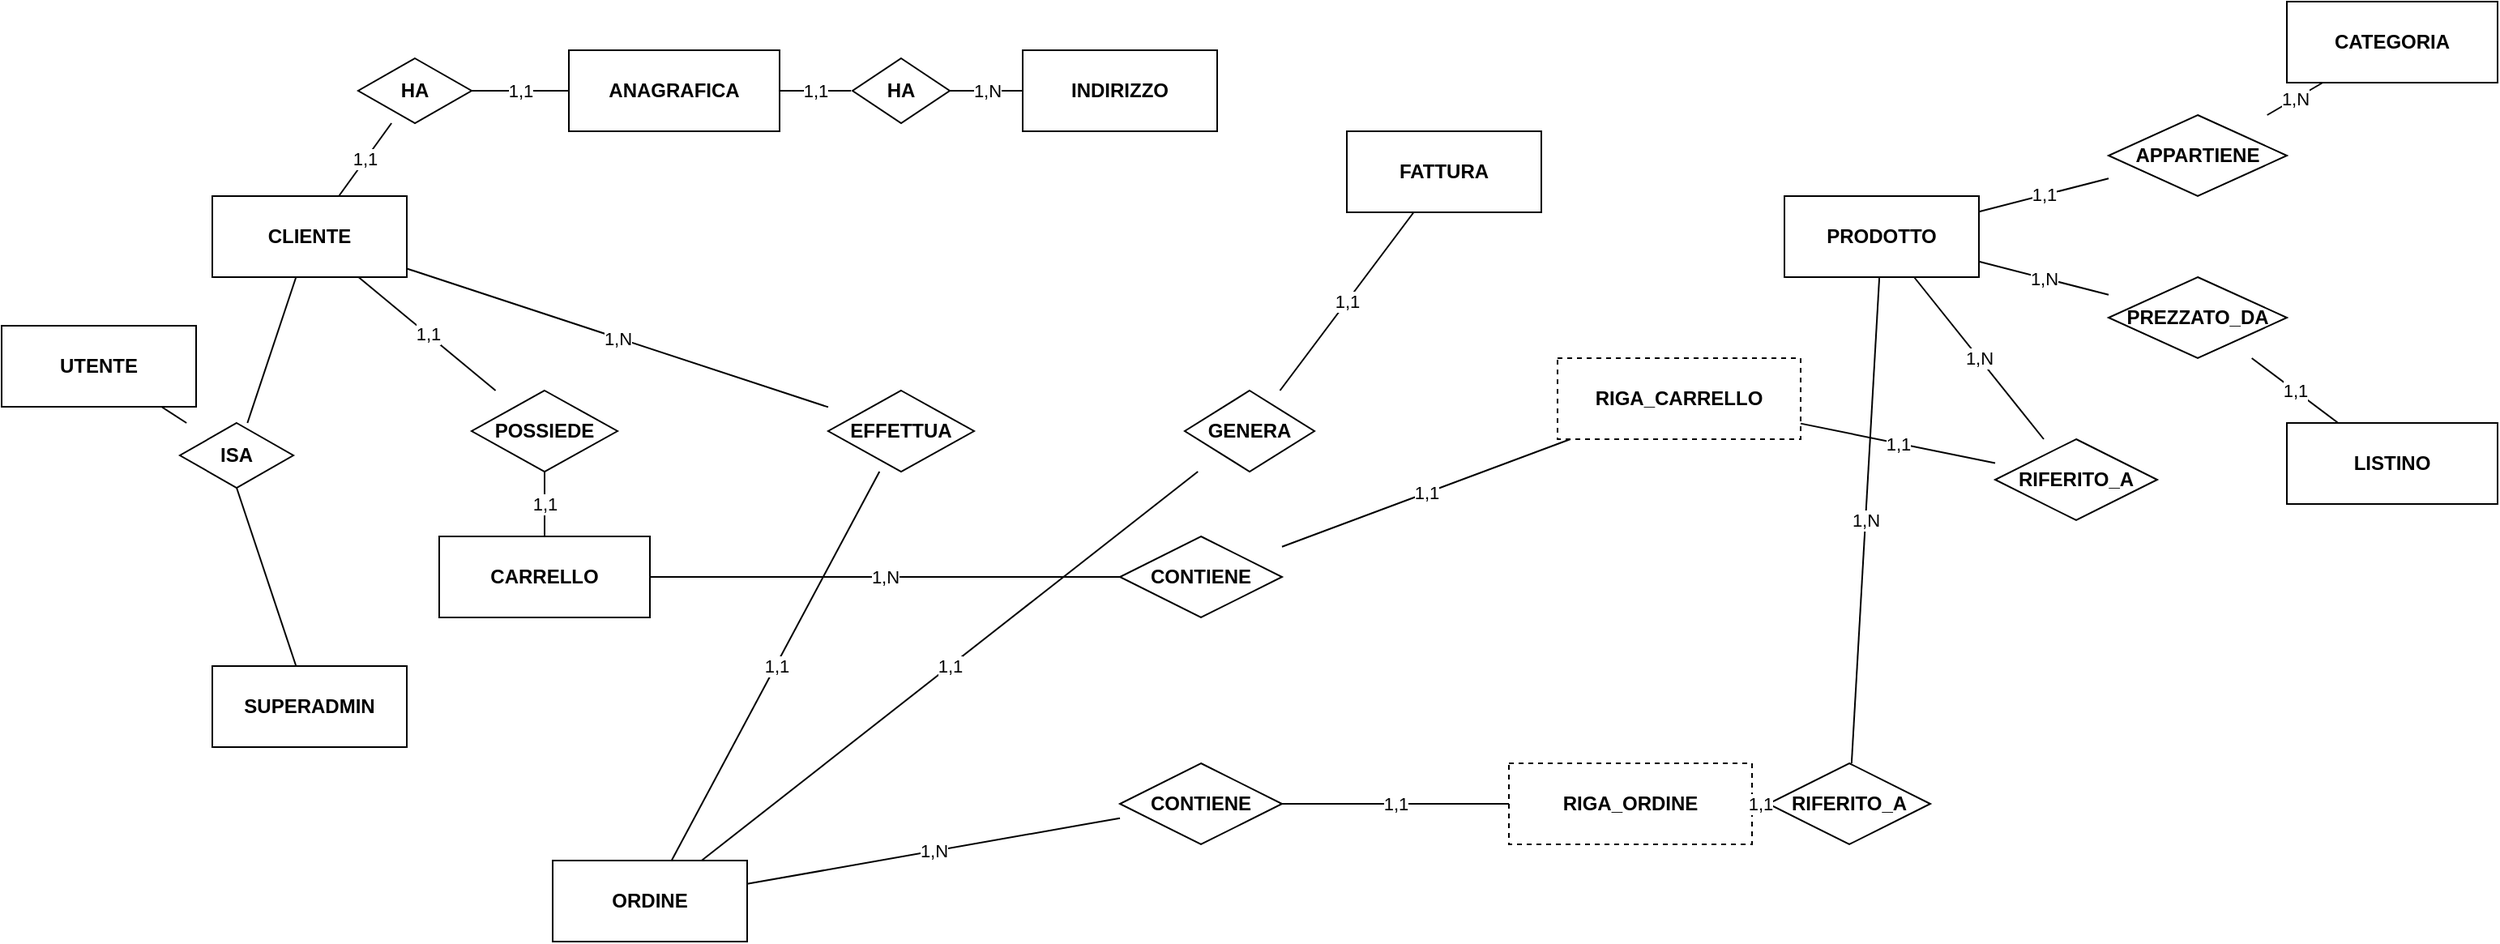
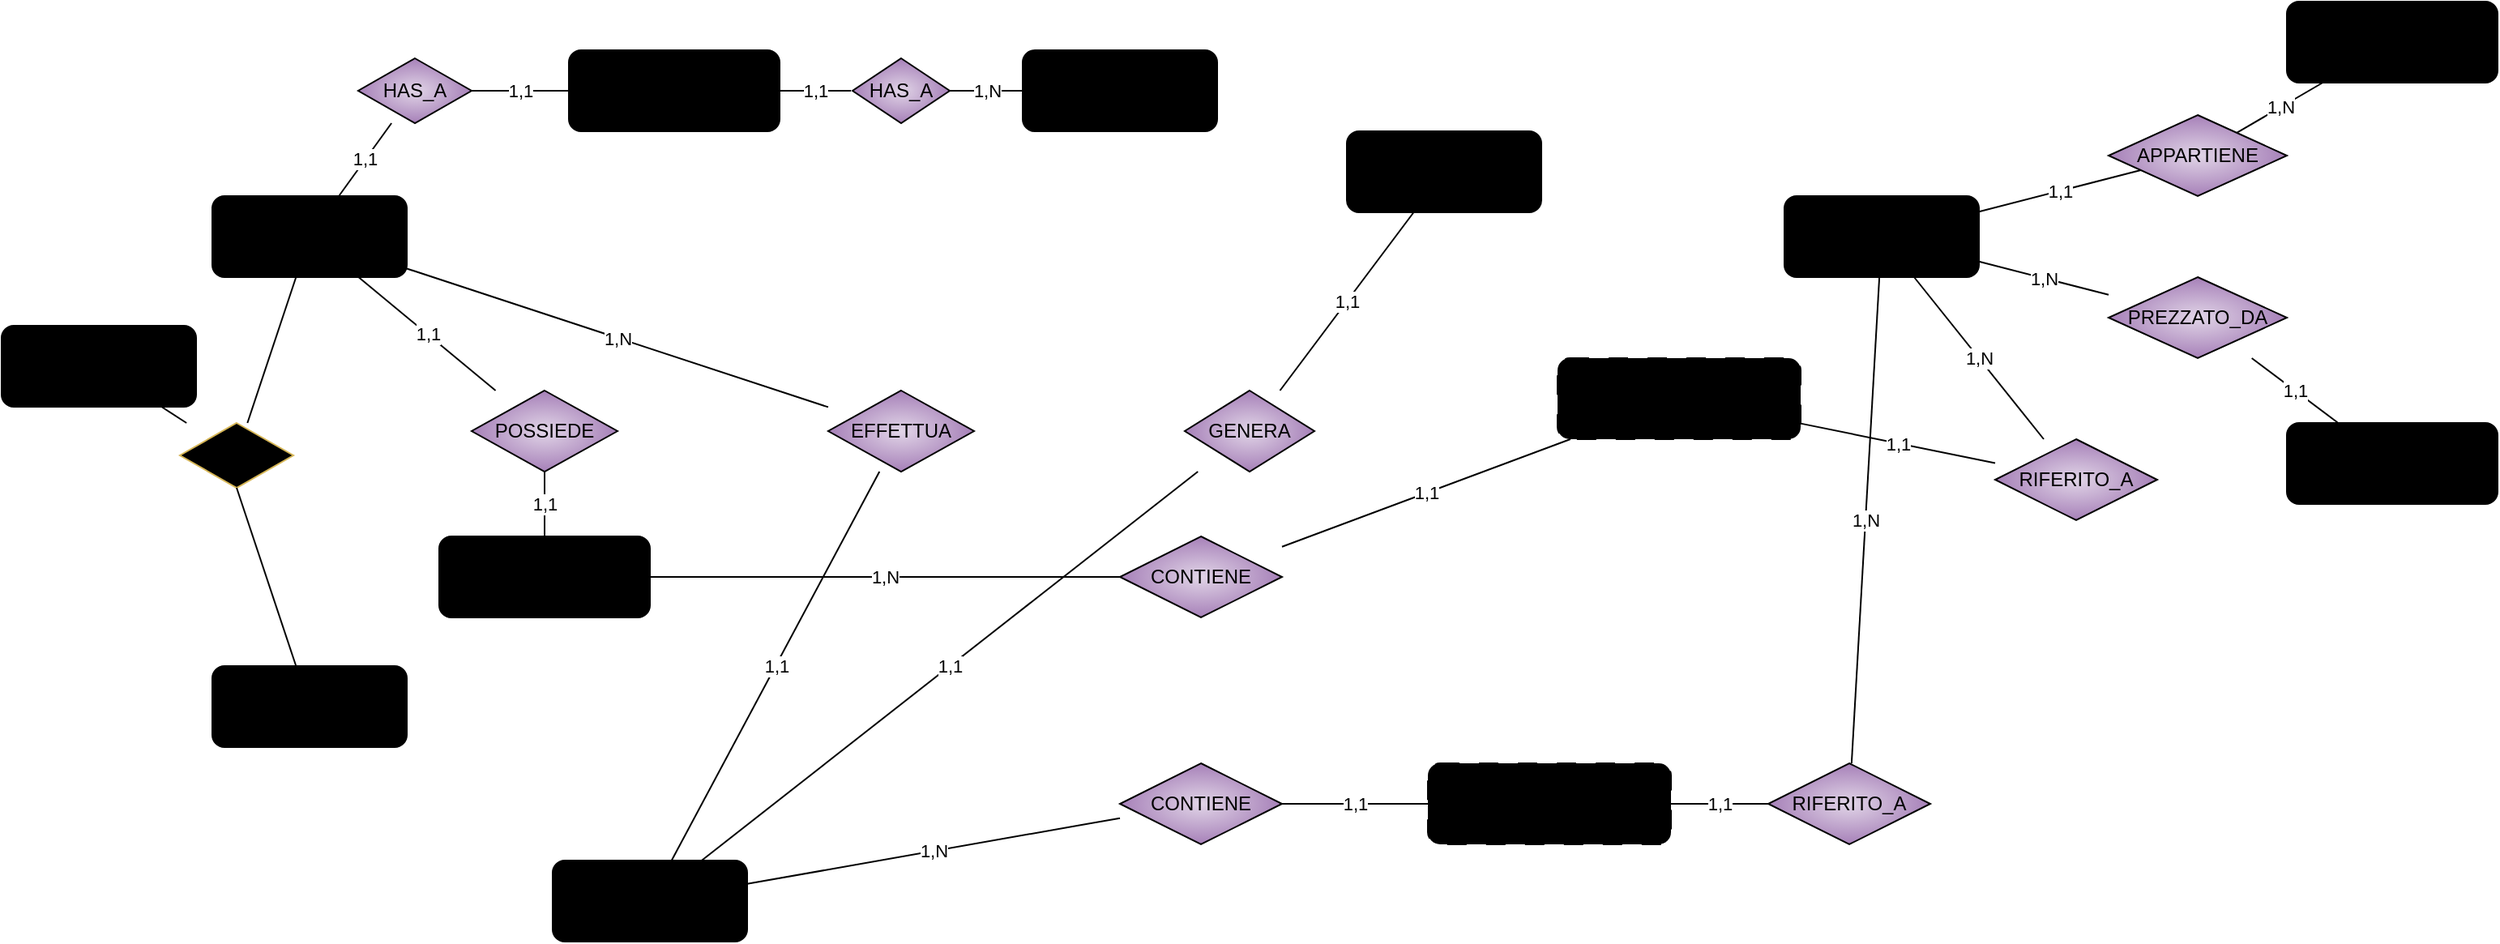
<mxfile host="Electron">
  <diagram name="Ecommerce Chen Model" id="0">
-     <mxGraphModel dx="1873" dy="1169" grid="1" gridSize="10" guides="1" tooltips="1" connect="1" arrows="1" fold="1" page="1" pageScale="1" pageWidth="1600" pageHeight="1000" math="0" shadow="0">
+     <mxGraphModel dx="1940" dy="1042" grid="1" gridSize="10" guides="1" tooltips="1" connect="1" arrows="1" fold="1" page="1" pageScale="1" pageWidth="1600" pageHeight="900" math="0" shadow="0">
      <root>
        <mxCell id="0" />
        <mxCell id="1" parent="0" />
-         <mxCell id="utente" parent="1" style="shape=rectangle;whiteSpace=wrap;html=1;rounded=0;fontStyle=1;" value="UTENTE" vertex="1">
+         <mxCell id="utente" parent="1" style="shape=rectangle;whiteSpace=wrap;html=1;rounded=1;fontStyle=1;strokeColor=default;align=center;verticalAlign=middle;fontFamily=Helvetica;fontSize=12;fontColor=default;fillColor=light-dark(#FFFFFF,#EDEDED);gradientColor=#67AB9F;gradientDirection=radial;" value="UTENTE" vertex="1">
          <mxGeometry height="50" width="120" x="30" y="410" as="geometry" />
        </mxCell>
-         <mxCell id="cliente" parent="1" style="shape=rectangle;whiteSpace=wrap;html=1;rounded=0;fontStyle=1;" value="CLIENTE" vertex="1">
+         <mxCell id="cliente" parent="1" style="shape=rectangle;whiteSpace=wrap;html=1;rounded=1;fontStyle=1;strokeColor=default;align=center;verticalAlign=middle;fontFamily=Helvetica;fontSize=12;fontColor=default;fillColor=light-dark(#FFFFFF,#EDEDED);gradientColor=#67AB9F;gradientDirection=radial;" value="CLIENTE" vertex="1">
          <mxGeometry height="50" width="120" x="160" y="330" as="geometry" />
        </mxCell>
-         <mxCell id="superadmin" parent="1" style="shape=rectangle;whiteSpace=wrap;html=1;rounded=0;fontStyle=1;" value="SUPERADMIN" vertex="1">
+         <mxCell id="superadmin" parent="1" style="shape=rectangle;whiteSpace=wrap;html=1;rounded=1;fontStyle=1;strokeColor=default;align=center;verticalAlign=middle;fontFamily=Helvetica;fontSize=12;fontColor=default;fillColor=light-dark(#FFFFFF,#EDEDED);gradientColor=#67AB9F;gradientDirection=radial;" value="SUPERADMIN" vertex="1">
          <mxGeometry height="50" width="120" x="160" y="620" as="geometry" />
        </mxCell>
-         <mxCell id="anagrafica" parent="1" style="shape=rectangle;whiteSpace=wrap;html=1;rounded=0;fontStyle=1;" value="ANAGRAFICA" vertex="1">
+         <mxCell id="anagrafica" parent="1" style="shape=rectangle;whiteSpace=wrap;html=1;rounded=1;fontStyle=1;strokeColor=default;align=center;verticalAlign=middle;fontFamily=Helvetica;fontSize=12;fontColor=default;fillColor=light-dark(#FFFFFF,#EDEDED);gradientColor=#67AB9F;gradientDirection=radial;" value="ANAGRAFICA" vertex="1">
          <mxGeometry height="50" width="130" x="380" y="240" as="geometry" />
        </mxCell>
-         <mxCell id="indirizzo" parent="1" style="shape=rectangle;whiteSpace=wrap;html=1;rounded=0;fontStyle=1;" value="INDIRIZZO" vertex="1">
+         <mxCell id="indirizzo" parent="1" style="shape=rectangle;whiteSpace=wrap;html=1;rounded=1;fontStyle=1;strokeColor=default;align=center;verticalAlign=middle;fontFamily=Helvetica;fontSize=12;fontColor=default;fillColor=light-dark(#FFFFFF,#EDEDED);gradientColor=#67AB9F;gradientDirection=radial;" value="INDIRIZZO" vertex="1">
          <mxGeometry height="50" width="120" x="660" y="240" as="geometry" />
        </mxCell>
-         <mxCell id="carrello" parent="1" style="shape=rectangle;whiteSpace=wrap;html=1;rounded=0;fontStyle=1;" value="CARRELLO" vertex="1">
+         <mxCell id="carrello" parent="1" style="shape=rectangle;whiteSpace=wrap;html=1;rounded=1;fontStyle=1;strokeColor=default;align=center;verticalAlign=middle;fontFamily=Helvetica;fontSize=12;fontColor=default;fillColor=light-dark(#FFFFFF,#EDEDED);gradientColor=#67AB9F;gradientDirection=radial;" value="CARRELLO" vertex="1">
          <mxGeometry height="50" width="130" x="300" y="540" as="geometry" />
        </mxCell>
-         <mxCell id="ordine" parent="1" style="shape=rectangle;whiteSpace=wrap;html=1;rounded=0;fontStyle=1;" value="ORDINE" vertex="1">
+         <mxCell id="ordine" parent="1" style="shape=rectangle;whiteSpace=wrap;html=1;rounded=1;fontStyle=1;strokeColor=default;align=center;verticalAlign=middle;fontFamily=Helvetica;fontSize=12;fontColor=default;fillColor=light-dark(#FFFFFF,#EDEDED);gradientColor=#67AB9F;gradientDirection=radial;" value="ORDINE" vertex="1">
          <mxGeometry height="50" width="120" x="370" y="740" as="geometry" />
        </mxCell>
-         <mxCell id="fattura" parent="1" style="shape=rectangle;whiteSpace=wrap;html=1;rounded=0;fontStyle=1;" value="FATTURA" vertex="1">
+         <mxCell id="fattura" parent="1" style="shape=rectangle;whiteSpace=wrap;html=1;rounded=1;fontStyle=1;strokeColor=default;align=center;verticalAlign=middle;fontFamily=Helvetica;fontSize=12;fontColor=default;fillColor=light-dark(#FFFFFF,#EDEDED);gradientColor=#67AB9F;gradientDirection=radial;" value="FATTURA" vertex="1">
          <mxGeometry height="50" width="120" x="860" y="290" as="geometry" />
        </mxCell>
-         <mxCell id="prodotto" parent="1" style="shape=rectangle;whiteSpace=wrap;html=1;rounded=0;fontStyle=1;" value="PRODOTTO" vertex="1">
+         <mxCell id="prodotto" parent="1" style="shape=rectangle;whiteSpace=wrap;html=1;rounded=1;fontStyle=1;strokeColor=default;align=center;verticalAlign=middle;fontFamily=Helvetica;fontSize=12;fontColor=default;fillColor=light-dark(#FFFFFF,#EDEDED);gradientColor=#67AB9F;gradientDirection=radial;" value="PRODOTTO" vertex="1">
          <mxGeometry height="50" width="120" x="1130" y="330" as="geometry" />
        </mxCell>
-         <mxCell id="categoria" parent="1" style="shape=rectangle;whiteSpace=wrap;html=1;rounded=0;fontStyle=1;" value="CATEGORIA" vertex="1">
+         <mxCell id="categoria" parent="1" style="shape=rectangle;whiteSpace=wrap;html=1;rounded=1;fontStyle=1;strokeColor=default;align=center;verticalAlign=middle;fontFamily=Helvetica;fontSize=12;fontColor=default;fillColor=light-dark(#FFFFFF,#EDEDED);gradientColor=#67AB9F;gradientDirection=radial;" value="CATEGORIA" vertex="1">
          <mxGeometry height="50" width="130" x="1440" y="210" as="geometry" />
        </mxCell>
-         <mxCell id="listino" parent="1" style="shape=rectangle;whiteSpace=wrap;html=1;rounded=0;fontStyle=1;" value="LISTINO" vertex="1">
+         <mxCell id="listino" parent="1" style="shape=rectangle;whiteSpace=wrap;html=1;rounded=1;fontStyle=1;fillColor=light-dark(#FFFFFF,#EDEDED);gradientColor=#67AB9F;gradientDirection=radial;" value="LISTINO" vertex="1">
          <mxGeometry height="50" width="130" x="1440" y="470" as="geometry" />
        </mxCell>
-         <mxCell id="rigacarrello" parent="1" style="shape=rectangle;whiteSpace=wrap;html=1;rounded=0;fontStyle=1;dashed=1;" value="RIGA_CARRELLO" vertex="1">
+         <mxCell id="rigacarrello" parent="1" style="shape=rectangle;whiteSpace=wrap;html=1;rounded=1;fontStyle=1;strokeColor=default;align=center;verticalAlign=middle;fontFamily=Helvetica;fontSize=12;fontColor=default;fillColor=light-dark(#FFFFFF,#EDEDED);gradientColor=#E6E6E6;gradientDirection=radial;dashed=1;dashPattern=12 12;" value="RIGA_CARRELLO" vertex="1">
          <mxGeometry height="50" width="150" x="990" y="430" as="geometry" />
        </mxCell>
-         <mxCell id="rigaordine" parent="1" style="shape=rectangle;whiteSpace=wrap;html=1;rounded=0;fontStyle=1;dashed=1;" value="RIGA_ORDINE" vertex="1">
-           <mxGeometry height="50" width="150" x="960" y="680" as="geometry" />
+         <mxCell id="rigaordine" parent="1" style="shape=rectangle;whiteSpace=wrap;html=1;rounded=1;fontStyle=1;strokeColor=default;align=center;verticalAlign=middle;fontFamily=Helvetica;fontSize=12;fontColor=default;fillColor=light-dark(#FFFFFF,#EDEDED);gradientColor=#E6E6E6;gradientDirection=radial;dashed=1;dashPattern=12 12;" value="RIGA_ORDINE" vertex="1">
+           <mxGeometry height="50" width="150" x="910" y="680" as="geometry" />
        </mxCell>
-         <mxCell id="r_is_a_cli" parent="1" style="shape=rhombus;whiteSpace=wrap;html=1;fontStyle=1;" value="ISA" vertex="1">
+         <mxCell id="r_is_a_cli" parent="1" style="shape=rhombus;whiteSpace=wrap;html=1;fontStyle=1;fillColor=#FFFFFF;strokeColor=#d6b656;gradientColor=light-dark(#E8BF00,#EDEDED);" value="IS_&lt;span style=&quot;background-color: transparent; color: light-dark(rgb(0, 0, 0), rgb(255, 255, 255));&quot;&gt;A&lt;/span&gt;" vertex="1">
          <mxGeometry height="40" width="70" x="140" y="470" as="geometry" />
        </mxCell>
-         <mxCell id="r_has_anag" parent="1" style="shape=rhombus;whiteSpace=wrap;html=1;fontStyle=1;" value="HA" vertex="1">
+         <mxCell id="r_has_anag" parent="1" style="shape=rhombus;whiteSpace=wrap;html=1;strokeColor=#000000;align=center;verticalAlign=middle;fontFamily=Helvetica;fontSize=12;fontColor=default;fillColor=#e1d5e7;gradientColor=#A680B8;gradientDirection=radial;" value="HAS_A" vertex="1">
          <mxGeometry height="40" width="70" x="250" y="245" as="geometry" />
        </mxCell>
-         <mxCell id="r_has_ind" parent="1" style="shape=rhombus;whiteSpace=wrap;html=1;fontStyle=1;" value="HA" vertex="1">
+         <mxCell id="r_has_ind" parent="1" style="shape=rhombus;whiteSpace=wrap;html=1;strokeColor=#000000;align=center;verticalAlign=middle;fontFamily=Helvetica;fontSize=12;fontColor=default;fillColor=#e1d5e7;gradientColor=#A680B8;gradientDirection=radial;" value="HAS_A" vertex="1">
          <mxGeometry height="40" width="60" x="555" y="245" as="geometry" />
        </mxCell>
-         <mxCell id="r_possiede" parent="1" style="shape=rhombus;whiteSpace=wrap;html=1;fontStyle=1;" value="POSSIEDE" vertex="1">
+         <mxCell id="r_possiede" parent="1" style="shape=rhombus;whiteSpace=wrap;html=1;strokeColor=#000000;align=center;verticalAlign=middle;fontFamily=Helvetica;fontSize=12;fontColor=default;fillColor=#e1d5e7;gradientColor=#A680B8;gradientDirection=radial;" value="POSSIEDE" vertex="1">
          <mxGeometry height="50" width="90" x="320" y="450" as="geometry" />
        </mxCell>
-         <mxCell id="r_effettua" parent="1" style="shape=rhombus;whiteSpace=wrap;html=1;fontStyle=1;" value="EFFETTUA" vertex="1">
+         <mxCell id="r_effettua" parent="1" style="shape=rhombus;whiteSpace=wrap;html=1;strokeColor=#000000;align=center;verticalAlign=middle;fontFamily=Helvetica;fontSize=12;fontColor=default;fillColor=#e1d5e7;gradientColor=#A680B8;gradientDirection=radial;" value="EFFETTUA" vertex="1">
          <mxGeometry height="50" width="90" x="540" y="450" as="geometry" />
        </mxCell>
-         <mxCell id="r_genera" parent="1" style="shape=rhombus;whiteSpace=wrap;html=1;fontStyle=1;" value="GENERA" vertex="1">
+         <mxCell id="r_genera" parent="1" style="shape=rhombus;whiteSpace=wrap;html=1;strokeColor=#000000;align=center;verticalAlign=middle;fontFamily=Helvetica;fontSize=12;fontColor=default;fillColor=#e1d5e7;gradientColor=#A680B8;gradientDirection=radial;" value="GENERA" vertex="1">
          <mxGeometry height="50" width="80" x="760" y="450" as="geometry" />
        </mxCell>
-         <mxCell id="r_contiene_car" parent="1" style="shape=rhombus;whiteSpace=wrap;html=1;fontStyle=1;" value="CONTIENE" vertex="1">
+         <mxCell id="r_contiene_car" parent="1" style="shape=rhombus;whiteSpace=wrap;html=1;strokeColor=#000000;align=center;verticalAlign=middle;fontFamily=Helvetica;fontSize=12;fontColor=default;fillColor=#e1d5e7;gradientColor=#A680B8;gradientDirection=radial;" value="CONTIENE" vertex="1">
          <mxGeometry height="50" width="100" x="720" y="540" as="geometry" />
        </mxCell>
-         <mxCell id="r_rif_car" parent="1" style="shape=rhombus;whiteSpace=wrap;html=1;fontStyle=1;" value="RIFERITO_A" vertex="1">
+         <mxCell id="r_rif_car" parent="1" style="shape=rhombus;whiteSpace=wrap;html=1;strokeColor=#000000;align=center;verticalAlign=middle;fontFamily=Helvetica;fontSize=12;fontColor=default;fillColor=#e1d5e7;gradientColor=#A680B8;gradientDirection=radial;" value="RIFERITO_A" vertex="1">
          <mxGeometry height="50" width="100" x="1260" y="480" as="geometry" />
        </mxCell>
-         <mxCell id="r_contiene_ord" parent="1" style="shape=rhombus;whiteSpace=wrap;html=1;fontStyle=1;" value="CONTIENE" vertex="1">
+         <mxCell id="r_contiene_ord" parent="1" style="shape=rhombus;whiteSpace=wrap;html=1;strokeColor=#000000;align=center;verticalAlign=middle;fontFamily=Helvetica;fontSize=12;fontColor=default;fillColor=#e1d5e7;gradientColor=#A680B8;gradientDirection=radial;" value="CONTIENE" vertex="1">
          <mxGeometry height="50" width="100" x="720" y="680" as="geometry" />
        </mxCell>
-         <mxCell id="r_rif_ord" parent="1" style="shape=rhombus;whiteSpace=wrap;html=1;fontStyle=1;" value="RIFERITO_A" vertex="1">
+         <mxCell id="r_rif_ord" parent="1" style="shape=rhombus;whiteSpace=wrap;html=1;strokeColor=#000000;align=center;verticalAlign=middle;fontFamily=Helvetica;fontSize=12;fontColor=default;fillColor=#e1d5e7;gradientColor=#A680B8;gradientDirection=radial;" value="RIFERITO_A" vertex="1">
          <mxGeometry height="50" width="100" x="1120" y="680" as="geometry" />
        </mxCell>
-         <mxCell id="r_appartiene" parent="1" style="shape=rhombus;whiteSpace=wrap;html=1;fontStyle=1;" value="APPARTIENE" vertex="1">
+         <mxCell id="r_appartiene" parent="1" style="shape=rhombus;perimeter=rhombusPerimeter;whiteSpace=wrap;html=1;align=center;fillColor=#e1d5e7;strokeColor=#000000;gradientColor=#A680B8;gradientDirection=radial;" value="APPARTIENE" vertex="1">
          <mxGeometry height="50" width="110" x="1330" y="280" as="geometry" />
        </mxCell>
-         <mxCell id="r_prezzato" parent="1" style="shape=rhombus;whiteSpace=wrap;html=1;fontStyle=1;" value="PREZZATO_DA" vertex="1">
+         <mxCell id="r_prezzato" parent="1" style="shape=rhombus;whiteSpace=wrap;html=1;strokeColor=#000000;align=center;verticalAlign=middle;fontFamily=Helvetica;fontSize=12;fontColor=default;fillColor=#e1d5e7;gradientColor=#A680B8;gradientDirection=radial;" value="PREZZATO_DA" vertex="1">
          <mxGeometry height="50" width="110" x="1330" y="380" as="geometry" />
        </mxCell>
        <mxCell id="e1" edge="1" parent="1" source="utente" style="endArrow=none;html=1;" target="r_is_a_cli">
          <mxGeometry relative="1" as="geometry" />
        </mxCell>
        <mxCell id="e2" edge="1" parent="1" source="r_is_a_cli" style="endArrow=none;html=1;" target="cliente">
          <mxGeometry relative="1" as="geometry" />
        </mxCell>
        <mxCell id="e4" edge="1" parent="1" source="r_is_a_cli" style="endArrow=none;html=1;exitX=0.5;exitY=1;exitDx=0;exitDy=0;" target="superadmin">
          <mxGeometry relative="1" as="geometry">
            <mxPoint x="124.09090909090924" y="600" as="sourcePoint" />
          </mxGeometry>
        </mxCell>
        <mxCell id="e5" edge="1" parent="1" source="cliente" style="endArrow=none;html=1;labelBackgroundColor=#ffffff;" target="r_has_anag" value="1,1">
          <mxGeometry relative="1" as="geometry" />
        </mxCell>
        <mxCell id="e6" edge="1" parent="1" source="r_has_anag" style="endArrow=none;html=1;labelBackgroundColor=#ffffff;" target="anagrafica" value="1,1">
          <mxGeometry relative="1" as="geometry" />
        </mxCell>
        <mxCell id="e7" edge="1" parent="1" source="anagrafica" style="endArrow=none;html=1;labelBackgroundColor=#ffffff;exitX=1;exitY=0.5;exitDx=0;exitDy=0;" value="1,1">
          <mxGeometry relative="1" as="geometry">
            <mxPoint x="509" y="265" as="sourcePoint" />
            <mxPoint x="554" y="265" as="targetPoint" />
          </mxGeometry>
        </mxCell>
        <mxCell id="e8" edge="1" parent="1" source="r_has_ind" style="endArrow=none;html=1;labelBackgroundColor=#ffffff;" target="indirizzo" value="1,N">
          <mxGeometry relative="1" as="geometry" />
        </mxCell>
        <mxCell id="e9" edge="1" parent="1" source="cliente" style="endArrow=none;html=1;labelBackgroundColor=#ffffff;" target="r_possiede" value="1,1">
          <mxGeometry relative="1" as="geometry" />
        </mxCell>
        <mxCell id="e10" edge="1" parent="1" source="r_possiede" style="endArrow=none;html=1;labelBackgroundColor=#ffffff;" target="carrello" value="1,1">
          <mxGeometry relative="1" as="geometry" />
        </mxCell>
        <mxCell id="e11" edge="1" parent="1" source="cliente" style="endArrow=none;html=1;labelBackgroundColor=#ffffff;" target="r_effettua" value="1,N">
          <mxGeometry relative="1" as="geometry" />
        </mxCell>
        <mxCell id="e12" edge="1" parent="1" source="r_effettua" style="endArrow=none;html=1;labelBackgroundColor=#ffffff;" target="ordine" value="1,1">
          <mxGeometry relative="1" as="geometry" />
        </mxCell>
        <mxCell id="e13" edge="1" parent="1" source="ordine" style="endArrow=none;html=1;labelBackgroundColor=#ffffff;" target="r_genera" value="1,1">
          <mxGeometry relative="1" as="geometry" />
        </mxCell>
        <mxCell id="e14" edge="1" parent="1" source="r_genera" style="endArrow=none;html=1;labelBackgroundColor=#ffffff;" target="fattura" value="1,1">
          <mxGeometry relative="1" as="geometry" />
        </mxCell>
        <mxCell id="e15" edge="1" parent="1" source="carrello" style="endArrow=none;html=1;labelBackgroundColor=#ffffff;" target="r_contiene_car" value="1,N">
          <mxGeometry relative="1" as="geometry" />
        </mxCell>
        <mxCell id="e16" edge="1" parent="1" source="r_contiene_car" style="endArrow=none;html=1;labelBackgroundColor=#ffffff;" target="rigacarrello" value="1,1">
          <mxGeometry relative="1" as="geometry" />
        </mxCell>
        <mxCell id="e17" edge="1" parent="1" source="prodotto" style="endArrow=none;html=1;labelBackgroundColor=#ffffff;" target="r_rif_car" value="1,N">
          <mxGeometry relative="1" as="geometry" />
        </mxCell>
        <mxCell id="e18" edge="1" parent="1" source="r_rif_car" style="endArrow=none;html=1;labelBackgroundColor=#ffffff;" target="rigacarrello" value="1,1">
          <mxGeometry relative="1" as="geometry" />
        </mxCell>
        <mxCell id="e19" edge="1" parent="1" source="ordine" style="endArrow=none;html=1;labelBackgroundColor=#ffffff;" target="r_contiene_ord" value="1,N">
          <mxGeometry relative="1" as="geometry" />
        </mxCell>
        <mxCell id="e20" edge="1" parent="1" source="r_contiene_ord" style="endArrow=none;html=1;labelBackgroundColor=#ffffff;" target="rigaordine" value="1,1">
          <mxGeometry relative="1" as="geometry" />
        </mxCell>
        <mxCell id="e21" edge="1" parent="1" source="prodotto" style="endArrow=none;html=1;labelBackgroundColor=#ffffff;" target="r_rif_ord" value="1,N">
          <mxGeometry relative="1" as="geometry" />
        </mxCell>
        <mxCell id="e22" edge="1" parent="1" source="r_rif_ord" style="endArrow=none;html=1;labelBackgroundColor=#ffffff;" target="rigaordine" value="1,1">
          <mxGeometry relative="1" as="geometry" />
        </mxCell>
        <mxCell id="e23" edge="1" parent="1" source="categoria" style="endArrow=none;html=1;labelBackgroundColor=#ffffff;" target="r_appartiene" value="1,N">
          <mxGeometry relative="1" as="geometry" />
        </mxCell>
        <mxCell id="e24" edge="1" parent="1" source="r_appartiene" style="endArrow=none;html=1;labelBackgroundColor=#ffffff;" target="prodotto" value="1,1">
          <mxGeometry relative="1" as="geometry" />
        </mxCell>
        <mxCell id="e25" edge="1" parent="1" source="prodotto" style="endArrow=none;html=1;labelBackgroundColor=#ffffff;" target="r_prezzato" value="1,N">
          <mxGeometry relative="1" as="geometry" />
        </mxCell>
        <mxCell id="e26" edge="1" parent="1" source="r_prezzato" style="endArrow=none;html=1;labelBackgroundColor=#ffffff;" target="listino" value="1,1">
          <mxGeometry relative="1" as="geometry" />
        </mxCell>
      </root>
    </mxGraphModel>
  </diagram>
</mxfile>
